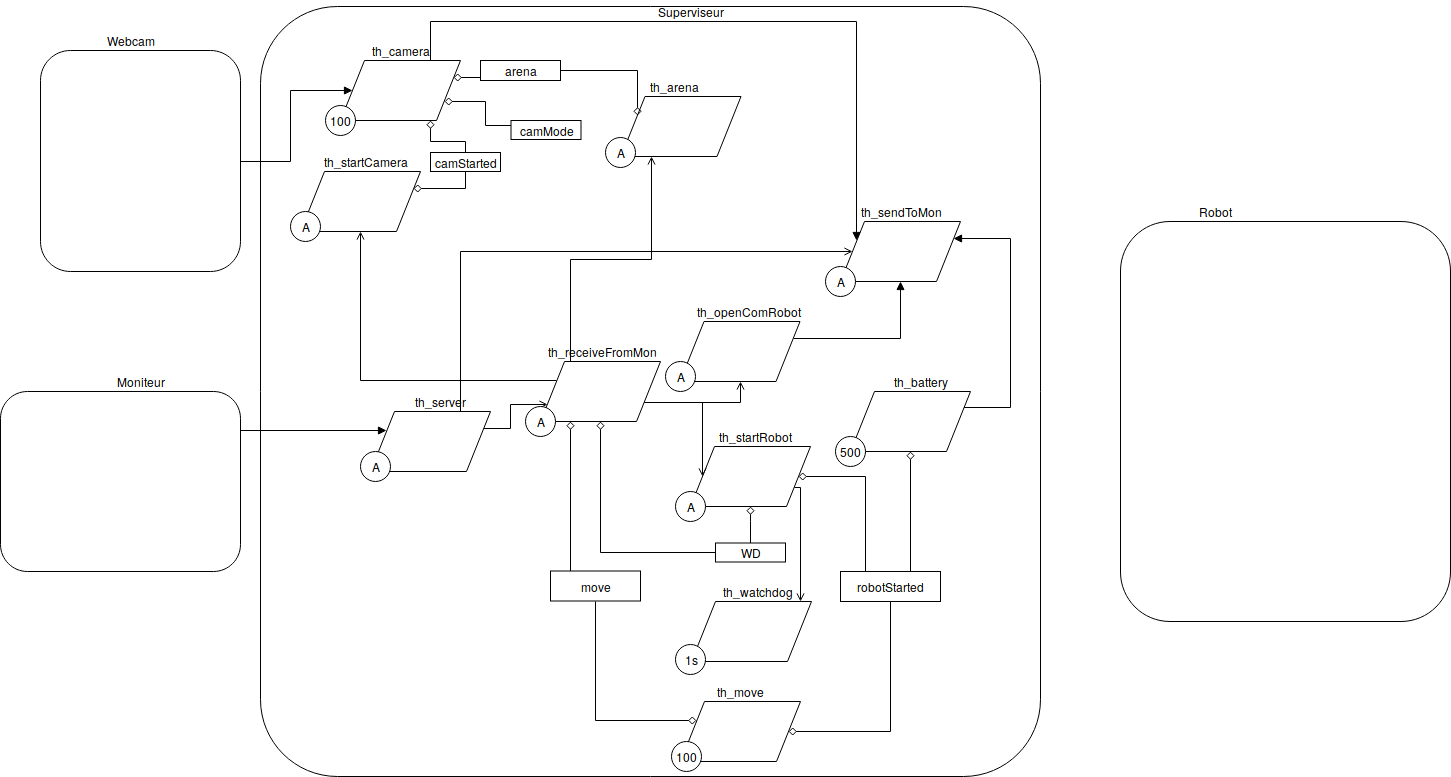
This is rapport/dossier_conception/conception_generale.png from BynaryCobweb/dumber, a draw.io export, as it was before one commit. Source tidied: cells renumbered, new cells last; positions are measured from the earlier drawing's top-left corner, leaving out a move shared by most shapes.
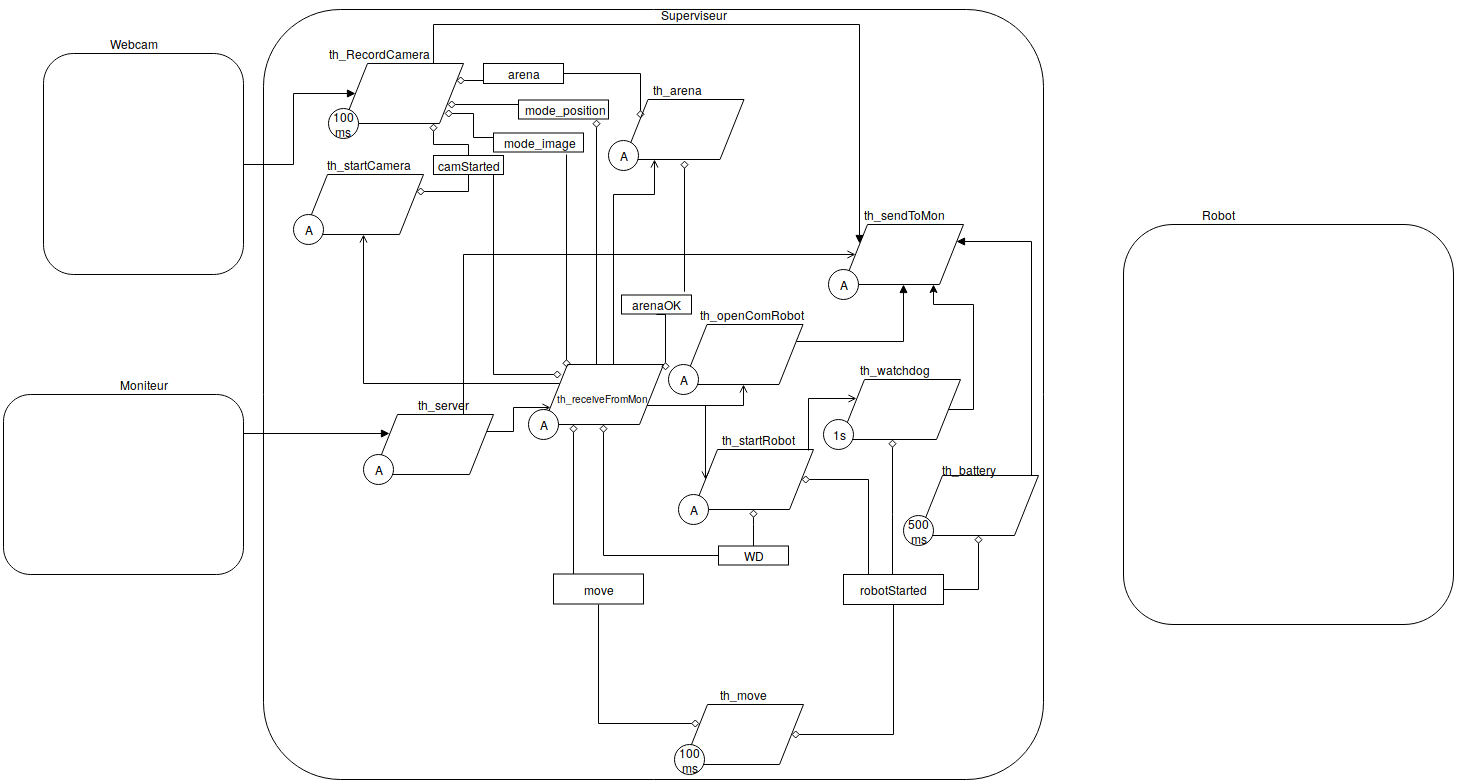
The same file after the commit.

What changed in the source:
```diff
@@ -62,8 +62,13 @@
         </Array>
       </mxGeometry>
     </mxCell>
-    <mxCell id="16" style="edgeStyle=orthogonalEdgeStyle;rounded=0;jettySize=auto;html=1;exitX=0.25;exitY=0;exitDx=0;exitDy=0;endArrow=open;endFill=0;entryX=0.25;entryY=1;entryDx=0;entryDy=0;" parent="1" edge="1" source="19" target="44">
-      <mxGeometry relative="1" as="geometry" />
+    <mxCell id="16" style="edgeStyle=orthogonalEdgeStyle;rounded=0;jettySize=auto;html=1;endArrow=open;endFill=0;entryX=0.25;entryY=1;entryDx=0;entryDy=0;" parent="1" edge="1" source="19" target="44">
+      <mxGeometry relative="1" as="geometry">
+        <Array as="points">
+          <mxPoint x="610" y="190" />
+          <mxPoint x="651" y="190" />
+        </Array>
+      </mxGeometry>
     </mxCell>
     <mxCell id="17" style="edgeStyle=orthogonalEdgeStyle;rounded=0;jettySize=auto;html=1;exitX=0;exitY=0.25;exitDx=0;exitDy=0;endArrow=open;endFill=0;" parent="1" edge="1" source="19" target="53">
       <mxGeometry relative="1" as="geometry" />
@@ -80,8 +85,8 @@
     <mxCell id="21" value="th_server" style="text;html=1;strokeColor=none;fillColor=none;align=center;verticalAlign=middle;whiteSpace=wrap;rounded=0;" parent="1" vertex="1">
       <mxGeometry x="420" y="390" width="40" height="20" as="geometry" />
     </mxCell>
-    <mxCell id="22" value="th_receiveFromMon" style="text;html=1;strokeColor=none;fillColor=none;align=center;verticalAlign=middle;whiteSpace=wrap;rounded=0;" parent="1" vertex="1">
-      <mxGeometry x="580.5" y="340" width="40" height="20" as="geometry" />
+    <mxCell id="22" value="&lt;font style=&quot;font-size: 10px&quot;&gt;th_receiveFromMon&lt;/font&gt;" style="text;html=1;strokeColor=none;fillColor=none;align=center;verticalAlign=middle;whiteSpace=wrap;rounded=0;" parent="1" vertex="1">
+      <mxGeometry x="578" y="380" width="40" height="25" as="geometry" />
     </mxCell>
     <mxCell id="23" value="th_sendToMon" style="text;html=1;strokeColor=none;fillColor=none;align=center;verticalAlign=middle;whiteSpace=wrap;rounded=0;" parent="1" vertex="1">
       <mxGeometry x="880" y="200" width="40" height="20" as="geometry" />
@@ -99,11 +104,20 @@
     <mxCell id="26" value="th_openComRobot" style="text;html=1;strokeColor=none;fillColor=none;align=center;verticalAlign=middle;whiteSpace=wrap;rounded=0;" parent="1" vertex="1">
       <mxGeometry x="726.5" y="300" width="40" height="20" as="geometry" />
     </mxCell>
+    <mxCell id="73" style="edgeStyle=orthogonalEdgeStyle;rounded=0;jettySize=auto;html=1;entryX=0.75;entryY=1;entryDx=0;entryDy=0;" parent="1" edge="1" source="27" target="20">
+      <mxGeometry relative="1" as="geometry">
+        <Array as="points">
+          <mxPoint x="970" y="405" />
+          <mxPoint x="970" y="300" />
+          <mxPoint x="930" y="300" />
+        </Array>
+      </mxGeometry>
+    </mxCell>
     <mxCell id="27" style="shape=parallelogram;perimeter=parallelogramPerimeter;whiteSpace=wrap;html=1;fillColor=none;" parent="1" vertex="1">
-      <mxGeometry x="691" y="600" width="120" height="60" as="geometry" />
+      <mxGeometry x="837" y="375" width="120" height="60" as="geometry" />
     </mxCell>
     <mxCell id="28" value="&lt;div&gt;th_watchdog&lt;/div&gt;" style="text;html=1;strokeColor=none;fillColor=none;align=center;verticalAlign=middle;whiteSpace=wrap;rounded=0;" parent="1" vertex="1">
-      <mxGeometry x="736" y="580" width="40" height="20" as="geometry" />
+      <mxGeometry x="870" y="355" width="40" height="20" as="geometry" />
     </mxCell>
     <mxCell id="29" style="shape=parallelogram;perimeter=parallelogramPerimeter;whiteSpace=wrap;html=1;fillColor=none;" parent="1" vertex="1">
       <mxGeometry x="680" y="700" width="120" height="60" as="geometry" />
@@ -135,10 +149,10 @@
         </Array>
       </mxGeometry>
     </mxCell>
-    <mxCell id="35" style="edgeStyle=orthogonalEdgeStyle;rounded=0;jettySize=auto;html=1;exitX=0.75;exitY=0;exitDx=0;exitDy=0;entryX=0.5;entryY=1;entryDx=0;entryDy=0;endArrow=diamond;endFill=0;" parent="1" edge="1" source="37" target="39">
+    <mxCell id="35" style="edgeStyle=orthogonalEdgeStyle;rounded=0;jettySize=auto;html=1;exitX=1;exitY=0.5;exitDx=0;exitDy=0;entryX=0.5;entryY=1;entryDx=0;entryDy=0;endArrow=diamond;endFill=0;" parent="1" edge="1" source="37" target="39">
       <mxGeometry relative="1" as="geometry">
         <Array as="points">
-          <mxPoint x="910" y="570" />
+          <mxPoint x="975" y="585" />
         </Array>
       </mxGeometry>
     </mxCell>
@@ -155,16 +169,15 @@
     <mxCell id="38" style="edgeStyle=orthogonalEdgeStyle;rounded=0;jettySize=auto;html=1;exitX=1;exitY=0.25;exitDx=0;exitDy=0;endArrow=block;endFill=1;entryX=1;entryY=0.25;entryDx=0;entryDy=0;" parent="1" edge="1" source="39" target="20">
       <mxGeometry relative="1" as="geometry">
         <Array as="points">
-          <mxPoint x="1010" y="406" />
-          <mxPoint x="1010" y="237" />
+          <mxPoint x="1028" y="237" />
         </Array>
       </mxGeometry>
     </mxCell>
     <mxCell id="39" style="shape=parallelogram;perimeter=parallelogramPerimeter;whiteSpace=wrap;html=1;" parent="1" vertex="1">
-      <mxGeometry x="850" y="390" width="120" height="60" as="geometry" />
+      <mxGeometry x="915" y="471" width="120" height="60" as="geometry" />
     </mxCell>
     <mxCell id="40" value="&lt;div&gt;th_battery&lt;/div&gt;" style="text;html=1;strokeColor=none;fillColor=none;align=center;verticalAlign=middle;whiteSpace=wrap;rounded=0;" parent="1" vertex="1">
-      <mxGeometry x="900" y="370" width="40" height="20" as="geometry" />
+      <mxGeometry x="945" y="455" width="40" height="20" as="geometry" />
     </mxCell>
     <mxCell id="41" style="edgeStyle=orthogonalEdgeStyle;rounded=0;jettySize=auto;html=1;exitX=0.75;exitY=0;exitDx=0;exitDy=0;entryX=0;entryY=0.25;entryDx=0;entryDy=0;endArrow=block;endFill=1;" parent="1" edge="1" source="42" target="20">
       <mxGeometry relative="1" as="geometry">
@@ -177,8 +190,8 @@
     <mxCell id="42" style="shape=parallelogram;perimeter=parallelogramPerimeter;whiteSpace=wrap;html=1;" parent="1" vertex="1">
       <mxGeometry x="340" y="59" width="120" height="60" as="geometry" />
     </mxCell>
-    <mxCell id="43" value="&lt;div&gt;th_camera&lt;/div&gt;" style="text;html=1;strokeColor=none;fillColor=none;align=center;verticalAlign=middle;whiteSpace=wrap;rounded=0;" parent="1" vertex="1">
-      <mxGeometry x="380" y="39" width="40" height="20" as="geometry" />
+    <mxCell id="43" value="th_RecordCamera" style="text;html=1;strokeColor=none;fillColor=none;align=center;verticalAlign=middle;whiteSpace=wrap;rounded=0;" parent="1" vertex="1">
+      <mxGeometry x="354" y="39" width="40" height="20" as="geometry" />
     </mxCell>
     <mxCell id="44" style="shape=parallelogram;perimeter=parallelogramPerimeter;whiteSpace=wrap;html=1;" parent="1" vertex="1">
       <mxGeometry x="620.5" y="95" width="120" height="60" as="geometry" />
@@ -233,13 +246,13 @@
     <mxCell id="55" style="edgeStyle=orthogonalEdgeStyle;rounded=0;jettySize=auto;html=1;exitX=0;exitY=0.25;exitDx=0;exitDy=0;entryX=1;entryY=0.75;entryDx=0;entryDy=0;endArrow=diamond;endFill=0;" parent="1" edge="1" source="56" target="42">
       <mxGeometry relative="1" as="geometry" />
     </mxCell>
-    <mxCell id="56" value="camMode" style="rounded=0;whiteSpace=wrap;html=1;" parent="1" vertex="1">
-      <mxGeometry x="510.5" y="119" width="70" height="19" as="geometry" />
+    <mxCell id="56" value="mode_position" style="rounded=0;whiteSpace=wrap;html=1;" parent="1" vertex="1">
+      <mxGeometry x="515" y="95.5" width="90" height="19" as="geometry" />
     </mxCell>
-    <mxCell id="57" style="edgeStyle=orthogonalEdgeStyle;rounded=0;jettySize=auto;html=1;exitX=1;exitY=0.75;exitDx=0;exitDy=0;entryX=0.908;entryY=0;entryDx=0;entryDy=0;entryPerimeter=0;endArrow=open;endFill=0;" parent="1" edge="1" source="58" target="27">
+    <mxCell id="57" style="edgeStyle=orthogonalEdgeStyle;rounded=0;jettySize=auto;html=1;exitX=0.958;exitY=0.017;exitDx=0;exitDy=0;entryX=0;entryY=0.25;entryDx=0;entryDy=0;endArrow=open;endFill=0;exitPerimeter=0;" parent="1" edge="1" source="58" target="27">
       <mxGeometry relative="1" as="geometry">
         <Array as="points">
-          <mxPoint x="800" y="486" />
+          <mxPoint x="805" y="394" />
         </Array>
       </mxGeometry>
     </mxCell>
@@ -252,7 +265,7 @@
     <mxCell id="60" value="A" style="ellipse;whiteSpace=wrap;html=1;" parent="1" vertex="1">
       <mxGeometry x="290" y="210" width="30" height="30" as="geometry" />
     </mxCell>
-    <mxCell id="61" value="100" style="ellipse;whiteSpace=wrap;html=1;" parent="1" vertex="1">
+    <mxCell id="61" value="&lt;div&gt;100&lt;/div&gt;&lt;div&gt;ms&lt;br&gt;&lt;/div&gt;" style="ellipse;whiteSpace=wrap;html=1;" parent="1" vertex="1">
       <mxGeometry x="325" y="104" width="30" height="30" as="geometry" />
     </mxCell>
     <mxCell id="62" value="A" style="ellipse;whiteSpace=wrap;html=1;" parent="1" vertex="1">
@@ -267,16 +280,16 @@
     <mxCell id="65" value="A" style="ellipse;whiteSpace=wrap;html=1;" parent="1" vertex="1">
       <mxGeometry x="665" y="360" width="30" height="30" as="geometry" />
     </mxCell>
-    <mxCell id="66" value="500" style="ellipse;whiteSpace=wrap;html=1;" parent="1" vertex="1">
-      <mxGeometry x="835" y="435" width="30" height="30" as="geometry" />
+    <mxCell id="66" value="&lt;div&gt;500&lt;/div&gt;ms" style="ellipse;whiteSpace=wrap;html=1;" parent="1" vertex="1">
+      <mxGeometry x="900" y="511" width="30" height="30" as="geometry" />
     </mxCell>
     <mxCell id="67" value="A" style="ellipse;whiteSpace=wrap;html=1;" parent="1" vertex="1">
       <mxGeometry x="675" y="490" width="30" height="30" as="geometry" />
     </mxCell>
     <mxCell id="68" value="1s" style="ellipse;whiteSpace=wrap;html=1;" parent="1" vertex="1">
-      <mxGeometry x="675" y="642.5" width="30" height="30" as="geometry" />
+      <mxGeometry x="820" y="415" width="30" height="30" as="geometry" />
     </mxCell>
-    <mxCell id="69" value="100" style="ellipse;whiteSpace=wrap;html=1;" parent="1" vertex="1">
+    <mxCell id="69" value="&lt;div&gt;100&lt;/div&gt;ms" style="ellipse;whiteSpace=wrap;html=1;" parent="1" vertex="1">
       <mxGeometry x="670.5" y="740" width="30" height="30" as="geometry" />
     </mxCell>
     <mxCell id="70" style="edgeStyle=orthogonalEdgeStyle;rounded=0;jettySize=auto;html=1;entryX=0.5;entryY=1;entryDx=0;entryDy=0;endArrow=diamond;endFill=0;" parent="1" edge="1" source="72" target="58">
@@ -297,5 +310,64 @@
     <mxCell id="72" value="&lt;div&gt;WD&lt;/div&gt;" style="rounded=0;whiteSpace=wrap;html=1;" parent="1" vertex="1">
       <mxGeometry x="715" y="541.5" width="70" height="19" as="geometry" />
     </mxCell>
+    <mxCell id="74" value="arenaOK" style="rounded=0;whiteSpace=wrap;html=1;" parent="1" vertex="1">
+      <mxGeometry x="618" y="290.5" width="70" height="19" as="geometry" />
+    </mxCell>
+    <mxCell id="75" style="edgeStyle=orthogonalEdgeStyle;rounded=0;orthogonalLoop=1;jettySize=auto;html=1;endArrow=diamond;endFill=0;" parent="1" edge="1">
+      <mxGeometry relative="1" as="geometry">
+        <mxPoint x="681" y="282" as="sourcePoint" />
+        <mxPoint x="681" y="156" as="targetPoint" />
+        <Array as="points">
+          <mxPoint x="681" y="287" />
+        </Array>
+      </mxGeometry>
+    </mxCell>
+    <mxCell id="76" style="edgeStyle=orthogonalEdgeStyle;rounded=0;jettySize=auto;html=1;exitX=0.5;exitY=1;exitDx=0;exitDy=0;entryX=1.016;entryY=0.1;entryDx=0;entryDy=0;endArrow=diamond;endFill=0;entryPerimeter=0;" parent="1" edge="1" source="74" target="19">
+      <mxGeometry relative="1" as="geometry">
+        <Array as="points">
+          <mxPoint x="662" y="310" />
+        </Array>
+      </mxGeometry>
+    </mxCell>
+    <mxCell id="77" style="edgeStyle=orthogonalEdgeStyle;rounded=0;jettySize=auto;html=1;exitX=0.75;exitY=1;exitDx=0;exitDy=0;entryX=0.15;entryY=0.167;entryDx=0;entryDy=0;endArrow=diamond;endFill=0;entryPerimeter=0;" parent="1" edge="1" source="48" target="19">
+      <mxGeometry relative="1" as="geometry">
+        <Array as="points">
+          <mxPoint x="490" y="170" />
+          <mxPoint x="490" y="370" />
+        </Array>
+      </mxGeometry>
+    </mxCell>
+    <mxCell id="78" style="edgeStyle=orthogonalEdgeStyle;rounded=0;orthogonalLoop=1;jettySize=auto;html=1;entryX=0.25;entryY=1;entryDx=0;entryDy=0;endArrow=diamond;endFill=0;" parent="1" edge="1">
+      <mxGeometry relative="1" as="geometry">
+        <mxPoint x="889" y="570" as="sourcePoint" />
+        <mxPoint x="889" y="435" as="targetPoint" />
+        <Array as="points">
+          <mxPoint x="889" y="510" />
+          <mxPoint x="889" y="510" />
+        </Array>
+      </mxGeometry>
+    </mxCell>
+    <mxCell id="79" value="mode_image" style="rounded=0;whiteSpace=wrap;html=1;" parent="1" vertex="1">
+      <mxGeometry x="490" y="128.5" width="90" height="19" as="geometry" />
+    </mxCell>
+    <mxCell id="80" style="edgeStyle=orthogonalEdgeStyle;rounded=0;jettySize=auto;html=1;exitX=0;exitY=0.25;exitDx=0;exitDy=0;entryX=0.842;entryY=0.833;entryDx=0;entryDy=0;endArrow=diamond;endFill=0;entryPerimeter=0;" parent="1" edge="1" source="79" target="42">
+      <mxGeometry relative="1" as="geometry">
+        <Array as="points">
+          <mxPoint x="470" y="133" />
+          <mxPoint x="470" y="109" />
+        </Array>
+      </mxGeometry>
+    </mxCell>
+    <mxCell id="81" style="edgeStyle=orthogonalEdgeStyle;rounded=0;jettySize=auto;html=1;entryX=0.191;entryY=0.05;entryDx=0;entryDy=0;endArrow=diamond;endFill=0;entryPerimeter=0;" parent="1" edge="1" target="19">
+      <mxGeometry relative="1" as="geometry">
+        <mxPoint x="563" y="150" as="sourcePoint" />
+      </mxGeometry>
+    </mxCell>
+    <mxCell id="82" style="edgeStyle=orthogonalEdgeStyle;rounded=0;orthogonalLoop=1;jettySize=auto;html=1;exitX=0.441;exitY=-0.05;exitDx=0;exitDy=0;entryX=0.867;entryY=1.132;entryDx=0;entryDy=0;endArrow=diamond;endFill=0;entryPerimeter=0;exitPerimeter=0;" parent="1" edge="1">
+      <mxGeometry relative="1" as="geometry">
+        <mxPoint x="593" y="360" as="sourcePoint" />
+        <mxPoint x="593" y="115" as="targetPoint" />
+      </mxGeometry>
+    </mxCell>
   </root>
 </mxGraphModel>
```
